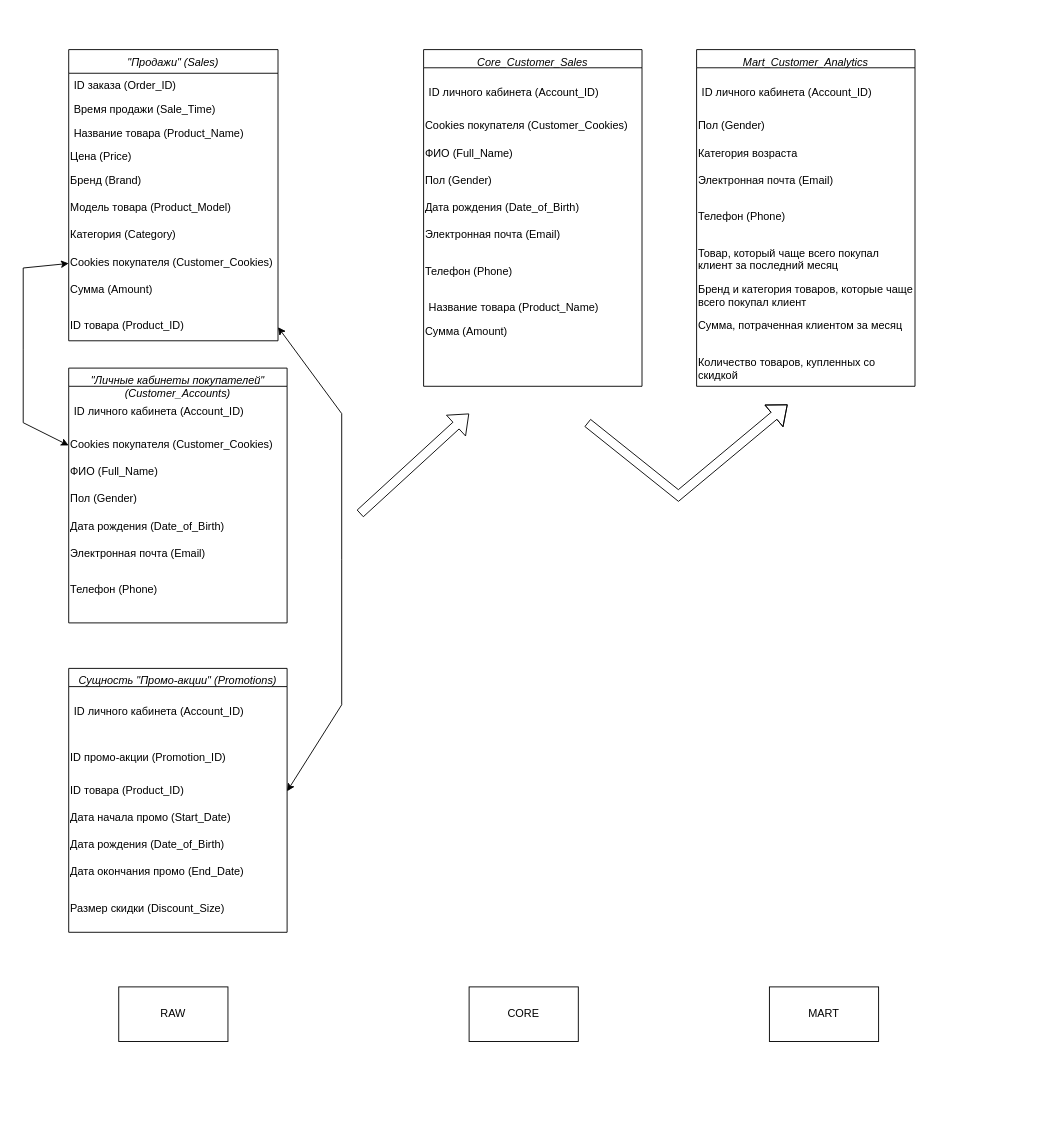
Above: DWH продажи - маркетинг.drawio in gden01/1T_DE_2.6 (draw.io), before the change. Source tidied: cells renumbered, new cells numbered last; positions are measured from the earlier drawing's top-left corner, leaving out a move shared by most shapes. Both pictures are drawn from the tidied source at 91%, with x=0, y=0 at pixel (23, 49).
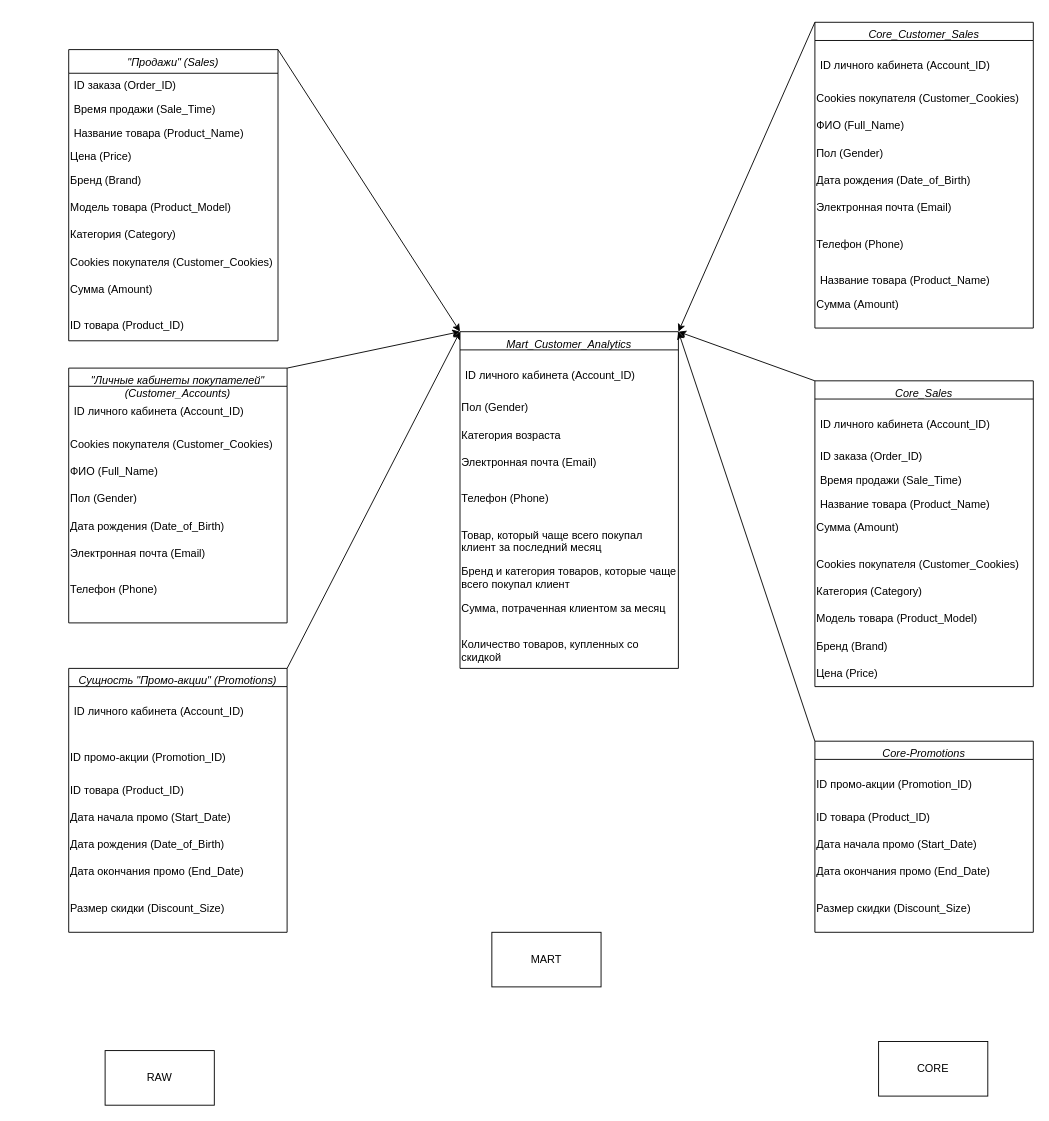
After the change.

Commit message:
3NF в стиле звезда

Unchanged cells that the change refers to:
```xml
<mxCell id="2" value="&quot;Продажи&quot; (Sales)" style="swimlane;fontStyle=2;align=center;verticalAlign=top;horizontal=1;startSize=26;rounded=0;shadow=0;strokeWidth=1;" parent="1" vertex="1">
  <mxGeometry x="50" width="230" height="320" as="geometry" />
</mxCell>
<mxCell id="10" value="Cookies покупателя (Customer_Cookies)" style="text;whiteSpace=wrap;html=1;" parent="2" vertex="1">
  <mxGeometry y="220" width="230" height="30" as="geometry" />
</mxCell>
<mxCell id="12" value="ID товара (Product_ID)" style="text;whiteSpace=wrap;html=1;" parent="2" vertex="1">
  <mxGeometry y="290" width="230" height="30" as="geometry" />
</mxCell>
<mxCell id="13" value="&quot;Личные кабинеты покупателей&quot; &#10;(Customer_Accounts)" style="swimlane;fontStyle=2;align=center;verticalAlign=top;horizontal=1;startSize=20;rounded=0;shadow=0;strokeWidth=1;" parent="1" vertex="1">
  <mxGeometry x="50" y="350" width="240" height="280" as="geometry" />
</mxCell>
<mxCell id="15" value="Cookies покупателя (Customer_Cookies)" style="text;whiteSpace=wrap;html=1;" parent="13" vertex="1">
  <mxGeometry y="70" width="240" height="30" as="geometry" />
</mxCell>
<mxCell id="21" value="Сущность &quot;Промо-акции&quot; (Promotions)" style="swimlane;fontStyle=2;align=center;verticalAlign=top;horizontal=1;startSize=20;rounded=0;shadow=0;strokeWidth=1;" parent="1" vertex="1">
  <mxGeometry x="50" y="680" width="240" height="290" as="geometry" />
</mxCell>
<mxCell id="24" value="ID товара (Product_ID)" style="text;whiteSpace=wrap;html=1;" parent="21" vertex="1">
  <mxGeometry y="120" width="240" height="30" as="geometry" />
</mxCell>
```

What changed in the source:
```diff
@@
-    <mxCell id="29" style="endArrow=classic;startArrow=classic;html=1;rounded=0;exitX=0;exitY=0.5;exitDx=0;exitDy=0;entryX=0;entryY=0.5;entryDx=0;entryDy=0;" parent="1" edge="1" source="15" target="10">
-      <mxGeometry relative="1" as="geometry">
-        <Array as="points">
-          <mxPoint y="410" />
-          <mxPoint y="330" />
-          <mxPoint y="240" />
-        </Array>
-      </mxGeometry>
-    </mxCell>
-    <mxCell id="30" style="endArrow=classic;startArrow=classic;html=1;rounded=0;entryX=1;entryY=0.5;entryDx=0;entryDy=0;exitX=1;exitY=0.5;exitDx=0;exitDy=0;" parent="1" edge="1" source="24" target="12">
-      <mxGeometry relative="1" as="geometry">
-        <Array as="points">
-          <mxPoint x="350" y="720" />
-          <mxPoint x="350" y="560" />
-          <mxPoint x="350" y="400" />
-        </Array>
-      </mxGeometry>
-    </mxCell>
     <mxCell id="31" value="Core_Customer_Sales" style="swimlane;fontStyle=2;align=center;verticalAlign=top;horizontal=1;startSize=20;rounded=0;shadow=0;strokeWidth=1;" parent="1" vertex="1">
-      <mxGeometry x="440" width="240" height="370" as="geometry" />
+      <mxGeometry x="870" y="-30" width="240" height="336" as="geometry" />
     </mxCell>
@@
     <mxCell id="41" value="Mart_Customer_Analytics" style="swimlane;fontStyle=2;align=center;verticalAlign=top;horizontal=1;startSize=20;rounded=0;shadow=0;strokeWidth=1;" parent="1" vertex="1">
-      <mxGeometry x="740" width="240" height="370" as="geometry" />
+      <mxGeometry x="480" y="310" width="240" height="370" as="geometry" />
     </mxCell>
@@
-    <mxCell id="51" style="shape=flexArrow;endArrow=classic;html=1;rounded=0;" parent="1" edge="1">
-      <mxGeometry relative="1" as="geometry">
-        <mxPoint x="370" y="510" as="sourcePoint" />
-        <mxPoint x="490" y="400" as="targetPoint" />
-      </mxGeometry>
-    </mxCell>
-    <mxCell id="52" style="shape=flexArrow;endArrow=classic;html=1;rounded=0;" parent="1" edge="1">
-      <mxGeometry relative="1" as="geometry">
-        <mxPoint x="620" y="410" as="sourcePoint" />
-        <mxPoint x="840" y="390" as="targetPoint" />
-        <Array as="points">
-          <mxPoint x="720" y="490" />
-        </Array>
-      </mxGeometry>
-    </mxCell>
     <mxCell id="53" value="RAW" style="rounded=0;whiteSpace=wrap;html=1;" parent="1" vertex="1">
-      <mxGeometry x="105" y="1030" width="120" height="60" as="geometry" />
+      <mxGeometry x="90" y="1100" width="120" height="60" as="geometry" />
     </mxCell>
     <mxCell id="54" value="CORE" style="rounded=0;whiteSpace=wrap;html=1;" parent="1" vertex="1">
-      <mxGeometry x="490" y="1030" width="120" height="60" as="geometry" />
+      <mxGeometry x="940" y="1090" width="120" height="60" as="geometry" />
     </mxCell>
     <mxCell id="55" value="MART" style="rounded=0;whiteSpace=wrap;html=1;" parent="1" vertex="1">
-      <mxGeometry x="820" y="1030" width="120" height="60" as="geometry" />
+      <mxGeometry x="515" y="970" width="120" height="60" as="geometry" />
     </mxCell>
+    <mxCell id="56" value="Core_Sales" style="swimlane;fontStyle=2;align=center;verticalAlign=top;horizontal=1;startSize=20;rounded=0;shadow=0;strokeWidth=1;" parent="1" vertex="1">
+      <mxGeometry x="870" y="364" width="240" height="336" as="geometry" />
+    </mxCell>
+    <mxCell id="57" value="&#10;ID личного кабинета (Account_ID)" style="text;align=left;verticalAlign=top;spacingLeft=4;spacingRight=4;overflow=hidden;rounded=0;shadow=0;html=0;" parent="56" vertex="1">
+      <mxGeometry y="20" width="240" height="50" as="geometry" />
+    </mxCell>
+    <mxCell id="58" value="ID заказа (Order_ID)" style="text;align=left;verticalAlign=top;spacingLeft=4;spacingRight=4;overflow=hidden;rounded=0;shadow=0;html=0;" parent="56" vertex="1">
+      <mxGeometry y="70" width="240" height="26" as="geometry" />
+    </mxCell>
+    <mxCell id="59" value="Время продажи (Sale_Time)" style="text;align=left;verticalAlign=top;spacingLeft=4;spacingRight=4;overflow=hidden;rounded=0;shadow=0;html=0;" parent="56" vertex="1">
+      <mxGeometry y="96" width="240" height="26" as="geometry" />
+    </mxCell>
+    <mxCell id="60" value="Название товара (Product_Name)" style="text;align=left;verticalAlign=top;spacingLeft=4;spacingRight=4;overflow=hidden;rounded=0;shadow=0;html=0;" parent="56" vertex="1">
+      <mxGeometry y="122" width="240" height="26" as="geometry" />
+    </mxCell>
+    <mxCell id="61" value="Сумма (Amount)" style="text;whiteSpace=wrap;html=1;" parent="56" vertex="1">
+      <mxGeometry y="148" width="240" height="40" as="geometry" />
+    </mxCell>
+    <mxCell id="62" value="Cookies покупателя (Customer_Cookies)" style="text;whiteSpace=wrap;html=1;" parent="56" vertex="1">
+      <mxGeometry y="188" width="240" height="30" as="geometry" />
+    </mxCell>
+    <mxCell id="63" value="Категория (Category)" style="text;whiteSpace=wrap;html=1;" parent="56" vertex="1">
+      <mxGeometry y="218" width="240" height="30" as="geometry" />
+    </mxCell>
+    <mxCell id="64" value="Модель товара (Product_Model)" style="text;whiteSpace=wrap;html=1;" parent="56" vertex="1">
+      <mxGeometry y="248" width="240" height="30" as="geometry" />
+    </mxCell>
+    <mxCell id="65" value="Бренд (Brand)" style="text;whiteSpace=wrap;html=1;" parent="56" vertex="1">
+      <mxGeometry y="278" width="240" height="30" as="geometry" />
+    </mxCell>
+    <mxCell id="66" value="Цена (Price)" style="text;whiteSpace=wrap;html=1;" parent="56" vertex="1">
+      <mxGeometry y="308" width="240" height="26" as="geometry" />
+    </mxCell>
+    <mxCell id="67" value="Core-Promotions" style="swimlane;fontStyle=2;align=center;verticalAlign=top;horizontal=1;startSize=20;rounded=0;shadow=0;strokeWidth=1;" parent="1" vertex="1">
+      <mxGeometry x="870" y="760" width="240" height="210" as="geometry" />
+    </mxCell>
+    <mxCell id="68" value="&#10;ID промо-акции (Promotion_ID)&#10;&#10;" style="text;whiteSpace=wrap;html=1;" parent="67" vertex="1">
+      <mxGeometry y="20" width="240" height="50" as="geometry" />
+    </mxCell>
+    <mxCell id="69" value="ID товара (Product_ID)" style="text;whiteSpace=wrap;html=1;" parent="67" vertex="1">
+      <mxGeometry y="70" width="240" height="30" as="geometry" />
+    </mxCell>
+    <mxCell id="70" value="Дата начала промо (Start_Date)" style="text;whiteSpace=wrap;html=1;" parent="67" vertex="1">
+      <mxGeometry y="100" width="240" height="30" as="geometry" />
+    </mxCell>
+    <mxCell id="71" value="Дата окончания промо (End_Date)" style="text;whiteSpace=wrap;html=1;" parent="67" vertex="1">
+      <mxGeometry y="130" width="240" height="40" as="geometry" />
+    </mxCell>
+    <mxCell id="72" value="Размер скидки (Discount_Size)" style="text;whiteSpace=wrap;html=1;" parent="67" vertex="1">
+      <mxGeometry y="170" width="240" height="40" as="geometry" />
+    </mxCell>
+    <mxCell id="73" style="endArrow=classic;html=1;rounded=0;exitX=1;exitY=0;exitDx=0;exitDy=0;entryX=0;entryY=0;entryDx=0;entryDy=0;" parent="1" edge="1" source="2" target="41">
+      <mxGeometry relative="1" as="geometry" />
+    </mxCell>
+    <mxCell id="74" style="endArrow=classic;html=1;rounded=0;exitX=1;exitY=0;exitDx=0;exitDy=0;entryX=0;entryY=0;entryDx=0;entryDy=0;" parent="1" edge="1" source="13" target="41">
+      <mxGeometry relative="1" as="geometry" />
+    </mxCell>
+    <mxCell id="75" style="endArrow=classic;html=1;rounded=0;exitX=1;exitY=0;exitDx=0;exitDy=0;entryX=0;entryY=0;entryDx=0;entryDy=0;" parent="1" edge="1" source="21" target="41">
+      <mxGeometry relative="1" as="geometry" />
+    </mxCell>
+    <mxCell id="76" style="endArrow=classic;html=1;rounded=0;exitX=0;exitY=0;exitDx=0;exitDy=0;entryX=1;entryY=0;entryDx=0;entryDy=0;" parent="1" edge="1" source="31" target="41">
+      <mxGeometry relative="1" as="geometry" />
+    </mxCell>
+    <mxCell id="77" style="endArrow=classic;html=1;rounded=0;entryX=1;entryY=0;entryDx=0;entryDy=0;exitX=0;exitY=0;exitDx=0;exitDy=0;" parent="1" edge="1" source="56" target="41">
+      <mxGeometry relative="1" as="geometry" />
+    </mxCell>
+    <mxCell id="78" style="endArrow=classic;html=1;rounded=0;exitX=0;exitY=0;exitDx=0;exitDy=0;entryX=1;entryY=0;entryDx=0;entryDy=0;" parent="1" edge="1" source="67" target="41">
+      <mxGeometry relative="1" as="geometry" />
+    </mxCell>
```
